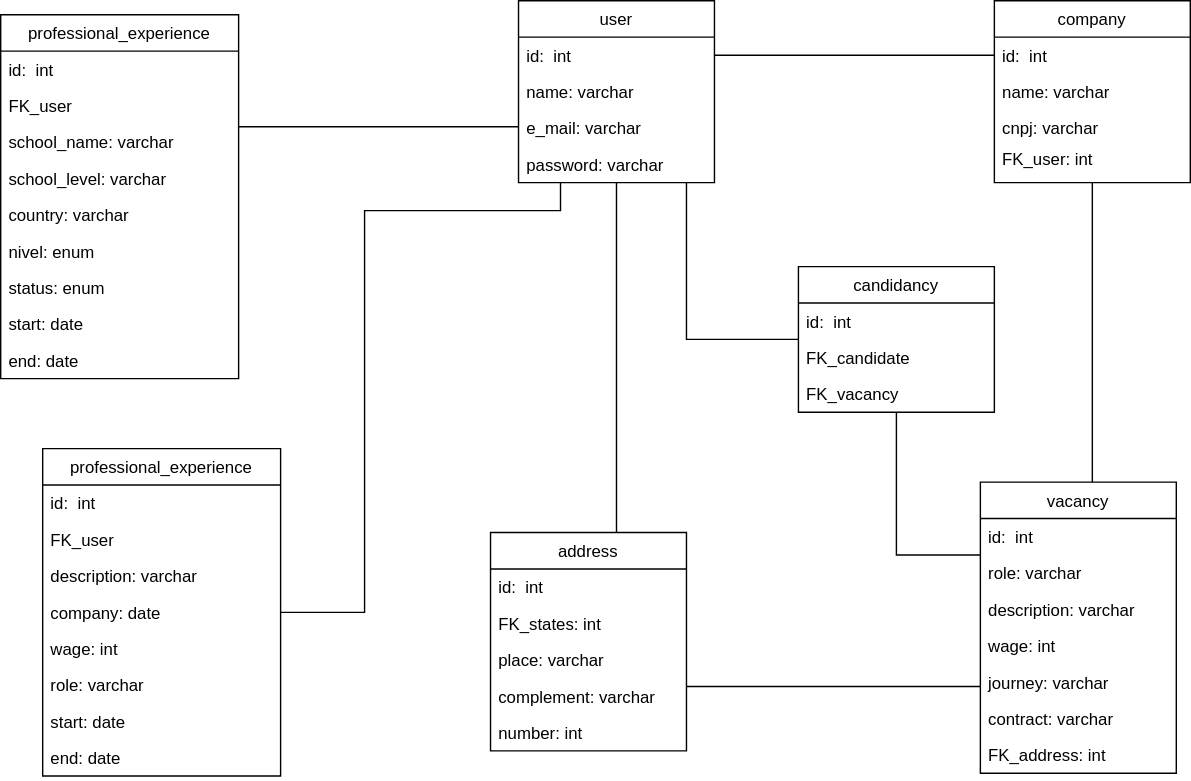
This is vagas/diagramas/entidades.svg from jonnathas/estudo, a draw.io export, as it was before one commit. Source tidied: cells renumbered, new cells last; positions are measured from the earlier drawing's top-left corner, leaving out a move shared by most shapes.
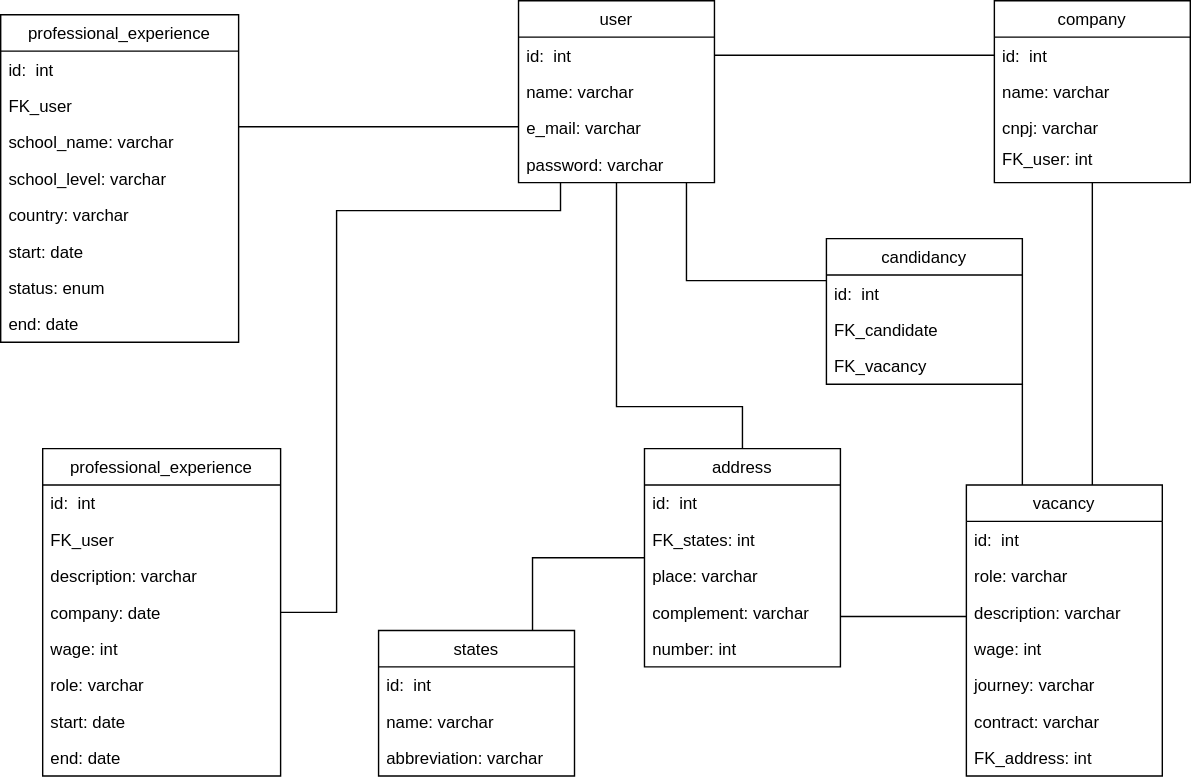
After the commit.

Commit message:
Adicionando entidade states

What changed in the source:
```diff
@@ -5,7 +5,7 @@
     <mxCell id="2" style="edgeStyle=orthogonalEdgeStyle;rounded=0;jettySize=auto;html=1;endArrow=none;endFill=0;" parent="1" edge="1" source="4" target="33">
       <mxGeometry relative="1" as="geometry">
         <Array as="points">
-          <mxPoint x="490" y="242" />
+          <mxPoint x="490" y="200" />
         </Array>
       </mxGeometry>
     </mxCell>
@@ -61,21 +61,21 @@
     <mxCell id="16" style="edgeStyle=orthogonalEdgeStyle;rounded=0;jettySize=auto;html=1;endArrow=none;endFill=0;" parent="1" edge="1" source="18" target="4">
       <mxGeometry relative="1" as="geometry">
         <Array as="points">
-          <mxPoint x="440" y="260" />
-          <mxPoint x="440" y="260" />
+          <mxPoint x="530" y="290" />
+          <mxPoint x="440" y="290" />
         </Array>
       </mxGeometry>
     </mxCell>
     <mxCell id="17" style="edgeStyle=orthogonalEdgeStyle;rounded=0;jettySize=auto;html=1;endArrow=none;endFill=0;" parent="1" edge="1" source="18" target="25">
       <mxGeometry relative="1" as="geometry">
         <Array as="points">
-          <mxPoint x="520" y="490" />
-          <mxPoint x="520" y="490" />
+          <mxPoint x="670" y="440" />
+          <mxPoint x="670" y="440" />
         </Array>
       </mxGeometry>
     </mxCell>
     <mxCell id="18" value="address" style="swimlane;fontStyle=0;horizontal=1;startSize=26;fillColor=none;" parent="1" vertex="1">
-      <mxGeometry x="350" y="380" width="140" height="156" as="geometry" />
+      <mxGeometry x="460" y="320" width="140" height="156" as="geometry" />
     </mxCell>
     <mxCell id="19" value="id:  int" style="text;strokeColor=none;fillColor=none;align=left;verticalAlign=top;spacingLeft=4;spacingRight=4;overflow=hidden;" parent="18" vertex="1">
       <mxGeometry y="26" width="140" height="26" as="geometry" />
@@ -101,7 +101,7 @@
       </mxGeometry>
     </mxCell>
     <mxCell id="25" value="vacancy" style="swimlane;fontStyle=0;horizontal=1;startSize=26;fillColor=none;" parent="1" vertex="1">
-      <mxGeometry x="700" y="344" width="140" height="208" as="geometry" />
+      <mxGeometry x="690" y="346" width="140" height="208" as="geometry" />
     </mxCell>
     <mxCell id="26" value="id:  int" style="text;strokeColor=none;fillColor=none;align=left;verticalAlign=top;spacingLeft=4;spacingRight=4;overflow=hidden;" parent="25" vertex="1">
       <mxGeometry y="26" width="140" height="26" as="geometry" />
@@ -125,7 +125,7 @@
       <mxGeometry y="182" width="140" height="26" as="geometry" />
     </mxCell>
     <mxCell id="33" value="candidancy" style="swimlane;fontStyle=0;horizontal=1;startSize=26;fillColor=none;" parent="1" vertex="1">
-      <mxGeometry x="570" y="190" width="140" height="104" as="geometry" />
+      <mxGeometry x="590" y="170" width="140" height="104" as="geometry" />
     </mxCell>
     <mxCell id="34" value="id:  int" style="text;strokeColor=none;fillColor=none;align=left;verticalAlign=top;spacingLeft=4;spacingRight=4;overflow=hidden;" parent="33" vertex="1">
       <mxGeometry y="26" width="140" height="26" as="geometry" />
@@ -166,14 +166,14 @@
     <mxCell id="46" style="edgeStyle=orthogonalEdgeStyle;rounded=0;jettySize=auto;html=1;endArrow=none;endFill=0;" parent="1" edge="1" source="37" target="4">
       <mxGeometry relative="1" as="geometry">
         <Array as="points">
-          <mxPoint x="260" y="437" />
-          <mxPoint x="260" y="150" />
+          <mxPoint x="240" y="437" />
+          <mxPoint x="240" y="150" />
           <mxPoint x="400" y="150" />
         </Array>
       </mxGeometry>
     </mxCell>
     <mxCell id="47" value="professional_experience" style="swimlane;fontStyle=0;horizontal=1;startSize=26;fillColor=none;" parent="1" vertex="1">
-      <mxGeometry y="10" width="170" height="260" as="geometry" />
+      <mxGeometry y="10" width="170" height="234" as="geometry" />
     </mxCell>
     <mxCell id="48" value="id:  int" style="text;strokeColor=none;fillColor=none;align=left;verticalAlign=top;spacingLeft=4;spacingRight=4;overflow=hidden;" parent="47" vertex="1">
       <mxGeometry y="26" width="170" height="26" as="geometry" />
@@ -190,17 +190,33 @@
     <mxCell id="52" value="country: varchar" style="text;strokeColor=none;fillColor=none;align=left;verticalAlign=top;spacingLeft=4;spacingRight=4;overflow=hidden;" parent="47" vertex="1">
       <mxGeometry y="130" width="170" height="26" as="geometry" />
     </mxCell>
-    <mxCell id="53" value="nivel: enum" style="text;strokeColor=none;fillColor=none;align=left;verticalAlign=top;spacingLeft=4;spacingRight=4;overflow=hidden;" parent="47" vertex="1">
-      <mxGeometry y="156" width="170" height="26" as="geometry" />
-    </mxCell>
+    <mxCell id="55" value="start: date" style="text;strokeColor=none;fillColor=none;align=left;verticalAlign=top;spacingLeft=4;spacingRight=4;overflow=hidden;" parent="47" vertex="1">
+      <mxGeometry y="156" width="170" height="26" as="geometry" />
+    </mxCell>
     <mxCell id="54" value="status: enum" style="text;strokeColor=none;fillColor=none;align=left;verticalAlign=top;spacingLeft=4;spacingRight=4;overflow=hidden;" parent="47" vertex="1">
       <mxGeometry y="182" width="170" height="26" as="geometry" />
     </mxCell>
-    <mxCell id="55" value="start: date" style="text;strokeColor=none;fillColor=none;align=left;verticalAlign=top;spacingLeft=4;spacingRight=4;overflow=hidden;" parent="47" vertex="1">
-      <mxGeometry y="208" width="170" height="26" as="geometry" />
-    </mxCell>
     <mxCell id="56" value="end: date" style="text;strokeColor=none;fillColor=none;align=left;verticalAlign=top;spacingLeft=4;spacingRight=4;overflow=hidden;" parent="47" vertex="1">
-      <mxGeometry y="234" width="170" height="26" as="geometry" />
+      <mxGeometry y="208" width="170" height="26" as="geometry" />
     </mxCell>
+    <mxCell id="57" style="edgeStyle=orthogonalEdgeStyle;rounded=0;jettySize=auto;html=1;endArrow=none;endFill=0;" parent="1" edge="1" source="58" target="18">
+      <mxGeometry relative="1" as="geometry">
+        <Array as="points">
+          <mxPoint x="380" y="398" />
+        </Array>
+      </mxGeometry>
+    </mxCell>
+    <mxCell id="58" value="states" style="swimlane;fontStyle=0;horizontal=1;startSize=26;fillColor=none;" parent="1" vertex="1">
+      <mxGeometry x="270" y="450" width="140" height="104" as="geometry" />
+    </mxCell>
+    <mxCell id="59" value="id:  int" style="text;strokeColor=none;fillColor=none;align=left;verticalAlign=top;spacingLeft=4;spacingRight=4;overflow=hidden;" parent="58" vertex="1">
+      <mxGeometry y="26" width="140" height="26" as="geometry" />
+    </mxCell>
+    <mxCell id="60" value="name: varchar" style="text;strokeColor=none;fillColor=none;align=left;verticalAlign=top;spacingLeft=4;spacingRight=4;overflow=hidden;" parent="58" vertex="1">
+      <mxGeometry y="52" width="140" height="26" as="geometry" />
+    </mxCell>
+    <mxCell id="61" value="abbreviation: varchar" style="text;strokeColor=none;fillColor=none;align=left;verticalAlign=top;spacingLeft=4;spacingRight=4;overflow=hidden;" parent="58" vertex="1">
+      <mxGeometry y="78" width="140" height="26" as="geometry" />
+    </mxCell>
   </root>
 </mxGraphModel>
```
